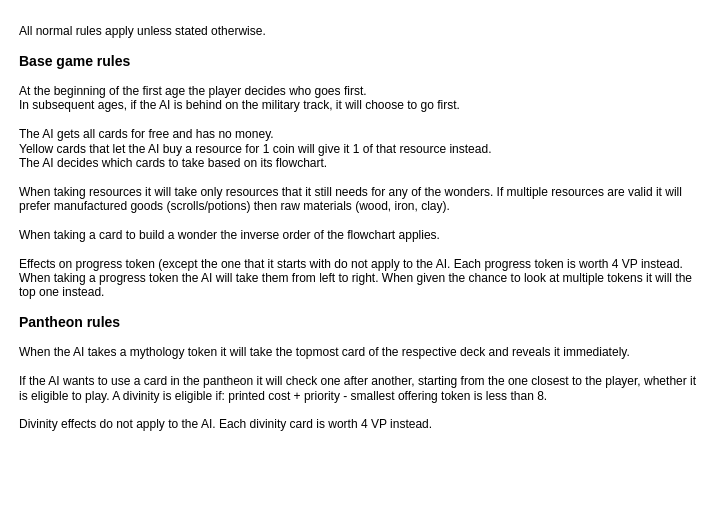
Above: Rules.drawio in MadCowDevelopment/7WondersDuelBots (draw.io), before the change. Source tidied: cells renumbered, new cells numbered last; positions are measured from the earlier drawing's top-left corner, leaving out a move shared by most shapes. Both pictures are drawn from the tidied source at 100%, with x=0, y=0 at pixel (17, 17).
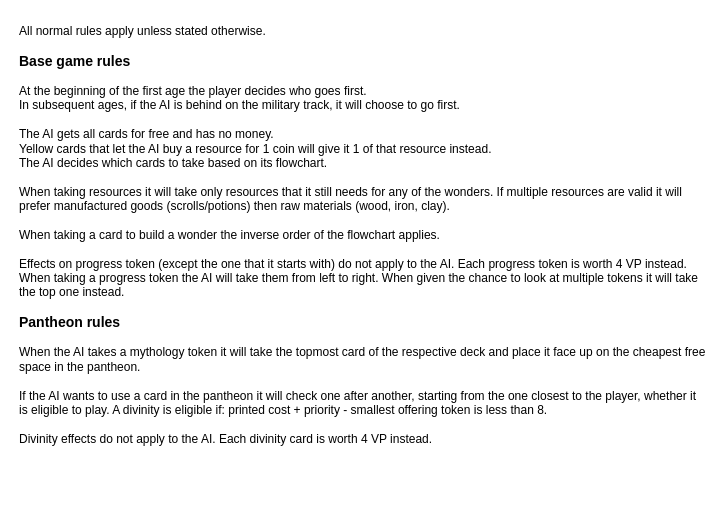
After the change.

Diff of the diagram source:
```diff
@@
 <mxGraphModel>
   <root>
     <mxCell id="0" />
     <mxCell id="1" parent="0" />
-    <mxCell id="2" value="All normal rules apply unless stated otherwise.&lt;br&gt;&lt;span&gt;&lt;b&gt;&lt;br&gt;&lt;font style=&quot;font-size: 14px&quot;&gt;Base game rules&lt;/font&gt;&lt;/b&gt;&lt;/span&gt;&lt;br&gt;&lt;span&gt;&lt;br&gt;&lt;/span&gt;At the beginning of the first age the player decides who goes first.&lt;br&gt;In subsequent ages, if the AI is behind on the military track, it will choose to go first.&amp;nbsp;&lt;span&gt;&lt;br&gt;&lt;/span&gt;&lt;br&gt;&lt;span&gt;The AI gets all cards for free and has no money.&lt;/span&gt;&lt;br&gt;&lt;span&gt;Yellow cards that let the AI buy a resource for 1 coin will give it 1 of that resource instead.&lt;/span&gt;&lt;br&gt;&lt;span&gt;The AI decides which cards to take based on its flowchart.&lt;/span&gt;&lt;br&gt;&lt;br&gt;&lt;span&gt;When taking resources it will take only resources that it still needs for any of the wonders. If multiple resources are valid it will prefer manufactured goods (scrolls/potions) then raw materials (wood, iron, clay).&lt;br&gt;&lt;/span&gt;&lt;br&gt;&lt;span&gt;When taking a card to build a wonder the inverse order of the flowchart applies.&lt;br&gt;&lt;/span&gt;&lt;br&gt;Effects on progress token (except the one that it starts with do not apply to the AI. Each progress token is worth 4 VP instead.&lt;br&gt;When taking a progress token the AI will take them from left to right. When given the chance to look at multiple tokens it will the top one instead.&lt;br&gt;&lt;b&gt;&lt;br&gt;&lt;font style=&quot;font-size: 14px&quot;&gt;Pantheon rules&lt;/font&gt;&lt;br&gt;&lt;/b&gt;&lt;br&gt;When the AI takes a mythology token it will take the topmost card of the respective deck and reveals it immediately.&lt;br&gt;&lt;br&gt;If the AI wants to use a card in the pantheon it will check one after another, starting from the one closest to the player, whether it is eligible to play. A divinity is eligible if: printed cost + priority - smallest offering token is less than 8.&lt;br&gt;&lt;br&gt;Divinity effects do not apply to the AI. Each divinity card is worth 4 VP instead.&lt;br&gt;&lt;br&gt;&lt;br&gt;" style="text;html=1;strokeColor=none;fillColor=none;align=left;verticalAlign=top;whiteSpace=wrap;rounded=0;" parent="1" vertex="1">
+    <mxCell id="2" value="All normal rules apply unless stated otherwise.&lt;br&gt;&lt;span&gt;&lt;b&gt;&lt;br&gt;&lt;font style=&quot;font-size: 14px&quot;&gt;Base game rules&lt;/font&gt;&lt;/b&gt;&lt;/span&gt;&lt;br&gt;&lt;span&gt;&lt;br&gt;&lt;/span&gt;At the beginning of the first age the player decides who goes first.&lt;br&gt;In subsequent ages, if the AI is behind on the military track, it will choose to go first.&amp;nbsp;&lt;span&gt;&lt;br&gt;&lt;/span&gt;&lt;br&gt;&lt;span&gt;The AI gets all cards for free and has no money.&lt;/span&gt;&lt;br&gt;&lt;span&gt;Yellow cards that let the AI buy a resource for 1 coin will give it 1 of that resource instead.&lt;/span&gt;&lt;br&gt;&lt;span&gt;The AI decides which cards to take based on its flowchart.&lt;/span&gt;&lt;br&gt;&lt;br&gt;&lt;span&gt;When taking resources it will take only resources that it still needs for any of the wonders. If multiple resources are valid it will prefer manufactured goods (scrolls/potions) then raw materials (wood, iron, clay).&lt;br&gt;&lt;/span&gt;&lt;br&gt;&lt;span&gt;When taking a card to build a wonder the inverse order of the flowchart applies.&lt;br&gt;&lt;/span&gt;&lt;br&gt;Effects on progress token (except the one that it starts with) do not apply to the AI. Each progress token is worth 4 VP instead.&lt;br&gt;When taking a progress token the AI will take them from left to right. When given the chance to look at multiple tokens it will take the top one instead.&lt;br&gt;&lt;b&gt;&lt;br&gt;&lt;font style=&quot;font-size: 14px&quot;&gt;Pantheon rules&lt;/font&gt;&lt;br&gt;&lt;/b&gt;&lt;br&gt;When the AI takes a mythology token it will take the topmost card of the respective deck and place it face up on the cheapest free space in the pantheon.&lt;br&gt;&lt;br&gt;If the AI wants to use a card in the pantheon it will check one after another, starting from the one closest to the player, whether it is eligible to play. A divinity is eligible if: printed cost + priority - smallest offering token is less than 8.&lt;br&gt;&lt;br&gt;Divinity effects do not apply to the AI. Each divinity card is worth 4 VP instead.&lt;br&gt;&lt;br&gt;&lt;br&gt;" style="text;html=1;strokeColor=none;fillColor=none;align=left;verticalAlign=top;whiteSpace=wrap;rounded=0;" parent="1" vertex="1">
       <mxGeometry width="690" height="480" as="geometry" />
     </mxCell>
   </root>
 </mxGraphModel>
```
